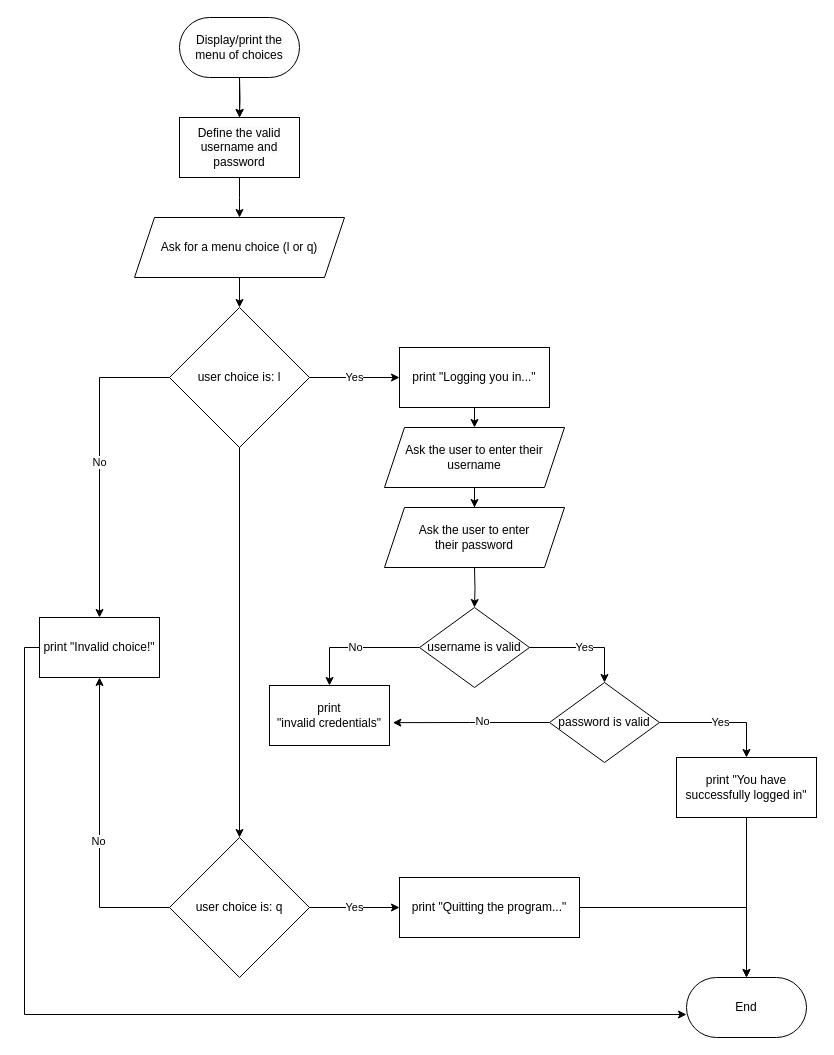
Before: Week 03/nested_if_user_pass.drawio in nishantafe/CIV-Net-Prog-S1-2023-Group-B, a draw.io diagram. Source tidied: cells renumbered, new cells numbered last; positions are measured from the earlier drawing's top-left corner, leaving out a move shared by most shapes. Both pictures are drawn from the tidied source at 100%, with x=0, y=0 at pixel (24, 17).
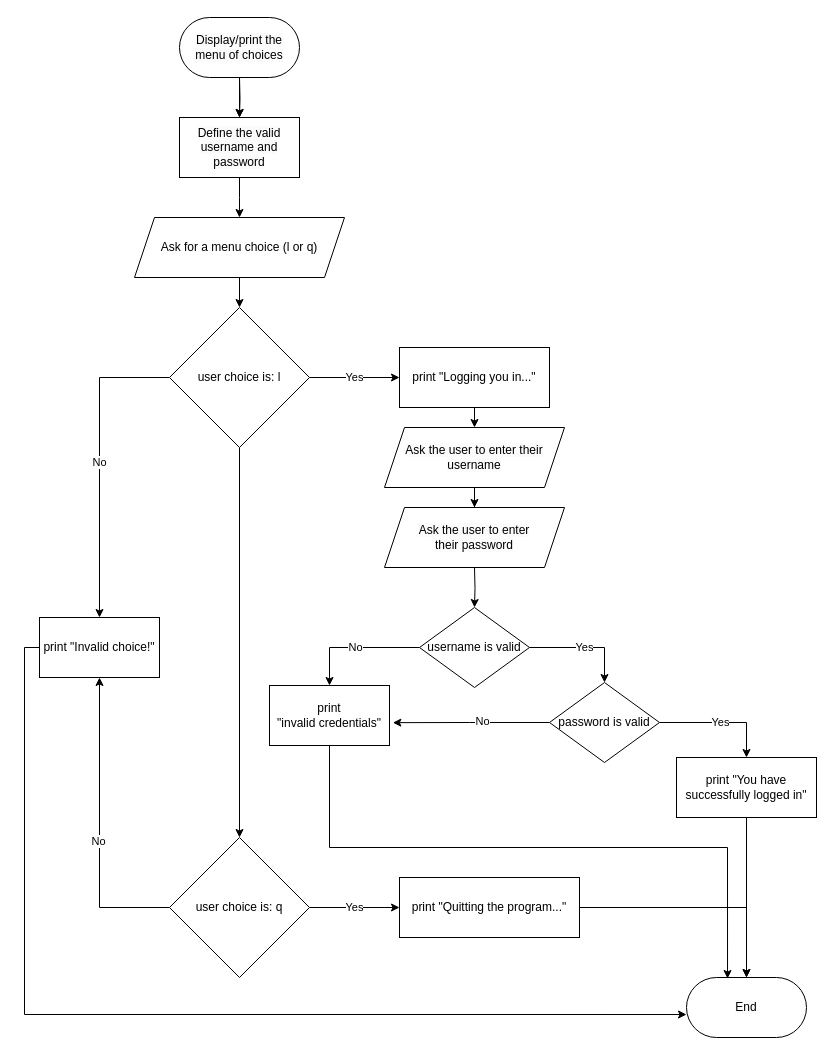
Above is the later version.

The change refers to these unchanged cells:
```xml
<mxCell id="26" value="print &quot;invalid&amp;nbsp;credentials&lt;span style=&quot;background-color: initial;&quot;&gt;&quot;&lt;/span&gt;" style="whiteSpace=wrap;html=1;rounded=0;" parent="1" vertex="1">
  <mxGeometry x="245" y="668" width="120" height="60" as="geometry" />
</mxCell>
<mxCell id="34" value="&lt;span style=&quot;color: rgb(0, 0, 0); font-family: Helvetica; font-size: 12px; font-style: normal; font-variant-ligatures: normal; font-variant-caps: normal; font-weight: 400; letter-spacing: normal; orphans: 2; text-align: center; text-indent: 0px; text-transform: none; widows: 2; word-spacing: 0px; -webkit-text-stroke-width: 0px; background-color: rgb(251, 251, 251); text-decoration-thickness: initial; text-decoration-style: initial; text-decoration-color: initial; float: none; display: inline !important;&quot;&gt;End&lt;/span&gt;" style="rounded=1;whiteSpace=wrap;html=1;arcSize=50;" parent="1" vertex="1">
  <mxGeometry x="662" y="960" width="120" height="60" as="geometry" />
</mxCell>
```

The edit, as a diff of the source:
```diff
@@
+    <mxCell id="39" style="edgeStyle=orthogonalEdgeStyle;rounded=0;jettySize=auto;html=1;entryX=0.342;entryY=0.017;entryDx=0;entryDy=0;entryPerimeter=0;" parent="1" edge="1" source="26" target="34">
+      <mxGeometry relative="1" as="geometry">
+        <Array as="points">
+          <mxPoint x="305" y="830" />
+          <mxPoint x="703" y="830" />
+        </Array>
+      </mxGeometry>
+    </mxCell>
```
